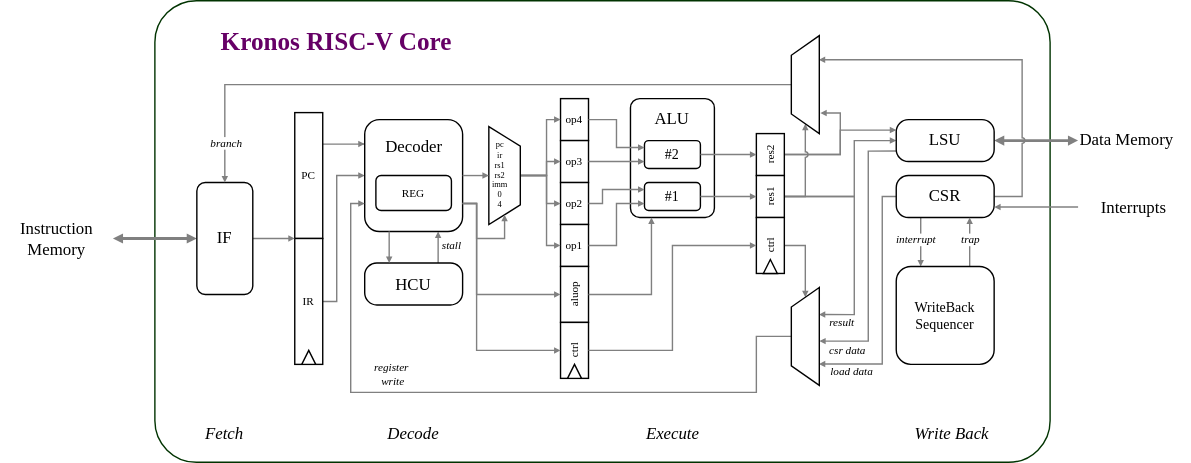
SonalPinto/kronos keeps this draw.io diagram as docs/_images/kronos_arch.svg. Above is the earlier version. Source tidied: cells renumbered, new cells last; positions are measured from the earlier drawing's top-left corner, leaving out a move shared by most shapes.
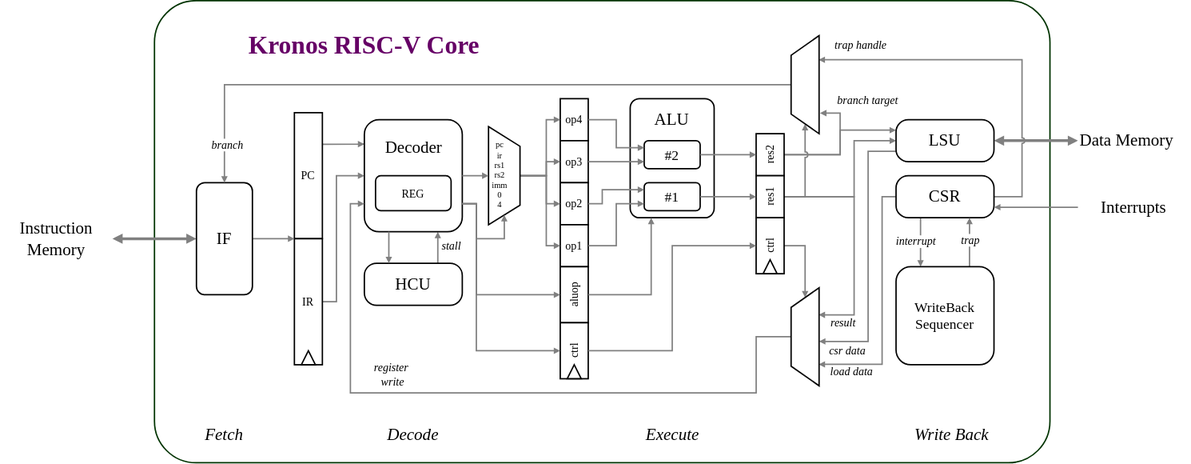
Later version of the same file.

What changed in the source:
```diff
@@ -361,8 +361,14 @@
     <mxCell id="88" value="Write Back" style="text;html=1;strokeColor=none;fillColor=none;align=center;verticalAlign=middle;whiteSpace=wrap;rounded=0;fontFamily=Verdana;fontSize=12;fontStyle=2;" parent="1" vertex="1">
       <mxGeometry x="630" y="300" width="100" height="20" as="geometry" />
     </mxCell>
-    <mxCell id="89" value="Kronos RISC-V Core" style="text;html=1;strokeColor=none;fillColor=none;align=center;verticalAlign=middle;whiteSpace=wrap;rounded=0;fontFamily=Fira Sans;fontSize=18;FType=g;fontColor=#660066;fontStyle=1;" parent="1" vertex="1">
-      <mxGeometry x="150" y="20" width="180" height="20" as="geometry" />
+    <mxCell id="89" value="&lt;font&gt;Kronos RISC-V Core&lt;/font&gt;" style="text;html=1;strokeColor=none;fillColor=none;align=center;verticalAlign=middle;whiteSpace=wrap;rounded=0;fontFamily=Verdana;fontSize=18;FType=g;fontColor=#660066;fontStyle=1;" parent="1" vertex="1">
+      <mxGeometry x="150" y="22" width="220" height="20" as="geometry" />
     </mxCell>
+    <mxCell id="90" value="branch target" style="text;html=1;strokeColor=none;fillColor=none;align=center;verticalAlign=middle;whiteSpace=wrap;fontFamily=Verdana;fontSize=8;fontStyle=2;labelBackgroundColor=#ffffff;" parent="1" vertex="1">
+      <mxGeometry x="585" y="61" width="70" height="20" as="geometry" />
+    </mxCell>
+    <mxCell id="91" value="trap handle" style="text;html=1;strokeColor=none;fillColor=none;align=center;verticalAlign=middle;whiteSpace=wrap;fontFamily=Verdana;fontSize=8;fontStyle=2;labelBackgroundColor=#ffffff;" parent="1" vertex="1">
+      <mxGeometry x="580" y="22" width="70" height="20" as="geometry" />
+    </mxCell>
   </root>
 </mxGraphModel>
```
